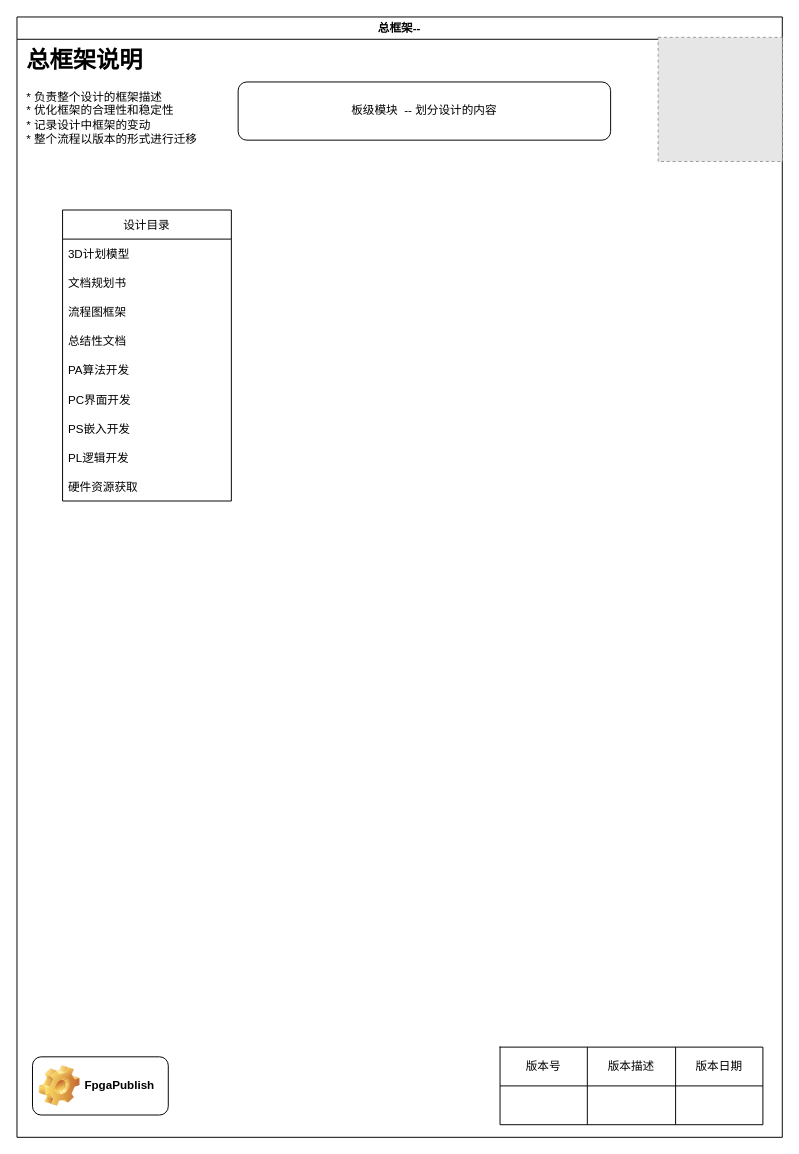
Above: page "总框架" (1 of 3) of smart_eye_uexec_flow/smart_eye_flow_manual.drawio in FpgaPublish/k2_smart_eye (draw.io), before the change. Source tidied: cells renumbered, new cells numbered last; positions are measured from the earlier drawing's top-left corner, leaving out a move shared by most shapes. Both pictures are drawn from the tidied source at 97%, with x=0, y=0 at pixel (16, 16). Pictures stored in the file or linked from it are replaced by grey dashed boxes.
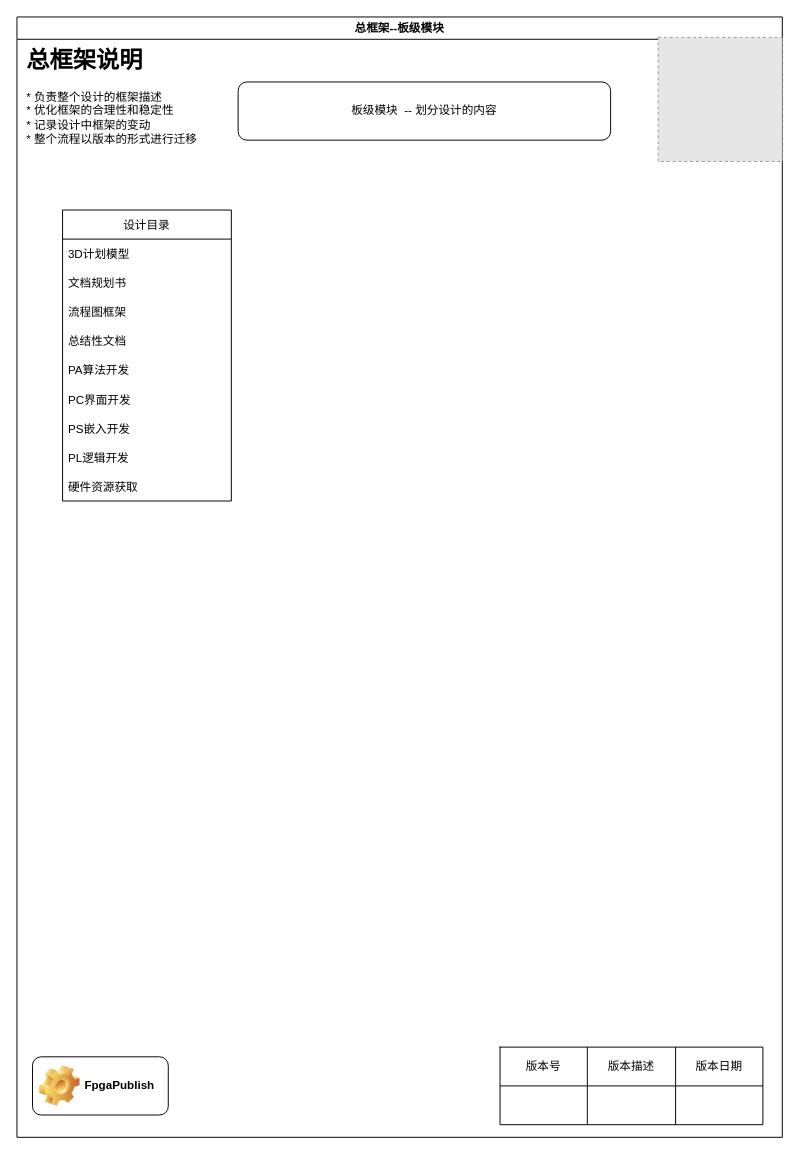
The same diagram, later.

The edit, as a diff of the source:
```diff
@@
-    <mxCell id="2" value="总框架--" style="swimlane;" parent="1" vertex="1">
+    <mxCell id="2" value="总框架--板级模块" style="swimlane;" parent="1" vertex="1">
       <mxGeometry width="789" height="1155" as="geometry" />
     </mxCell>
```
